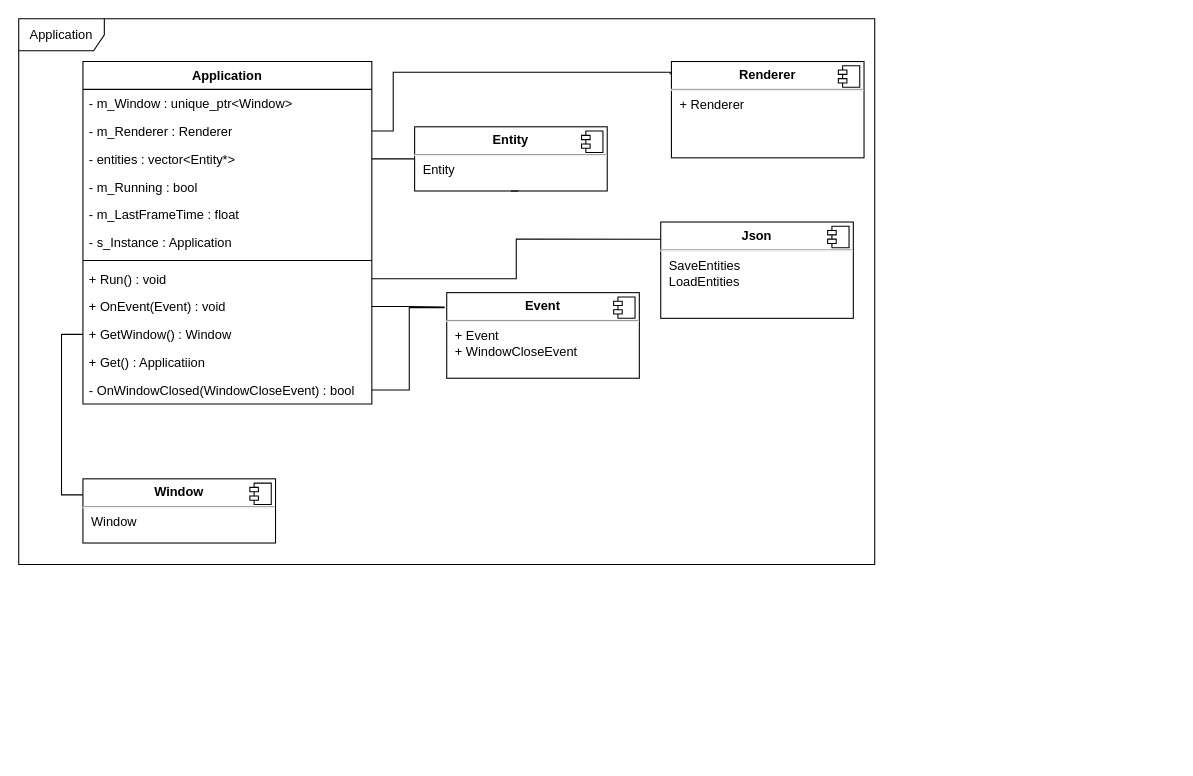
Before: page "Application" (4 of 14) of UMLDiagram.drawio in hazN/ECS_Engine, a draw.io diagram. Source tidied: cells renumbered, new cells numbered last; positions are measured from the earlier drawing's top-left corner, leaving out a move shared by most shapes. Both pictures are drawn from the tidied source at 107%, with x=0, y=0 at pixel (18, 18).
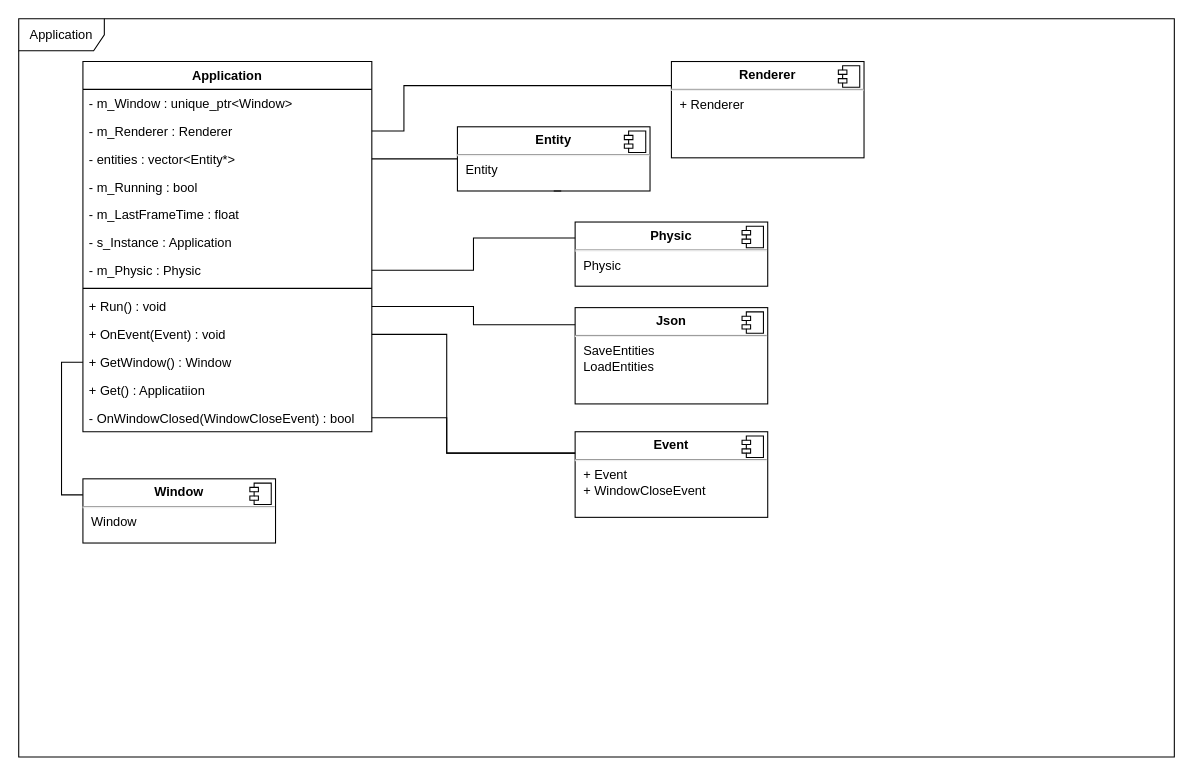
The same page after the edit.

Commit message:
Update UMLDiagram.drawio : application add physic

The change refers to these unchanged cells:
```xml
<mxCell id="5" value="- m_Renderer : Renderer" style="text;strokeColor=none;fillColor=none;align=left;verticalAlign=top;spacingLeft=4;spacingRight=4;overflow=hidden;points=[[0,0.5],[1,0.5]];portConstraint=eastwest;" parent="3" vertex="1">
  <mxGeometry y="52" width="270" height="26" as="geometry" />
</mxCell>
<mxCell id="24" value="&lt;p style=&quot;margin:0px;margin-top:6px;text-align:center;&quot;&gt;&lt;b&gt;Renderer&lt;/b&gt;&lt;/p&gt;&lt;hr&gt;&lt;p style=&quot;margin:0px;margin-left:8px;&quot;&gt;+ Renderer&lt;/p&gt;" style="align=left;overflow=fill;html=1;" parent="1" vertex="1">
  <mxGeometry x="610" y="40" width="180" height="90" as="geometry" />
</mxCell>
```

What changed in the source:
```diff
@@
     <mxCell id="2" value="Application" style="shape=umlFrame;whiteSpace=wrap;html=1;width=80;height=30;" parent="1" vertex="1">
-      <mxGeometry width="800" height="510" as="geometry" />
+      <mxGeometry width="1080" height="690" as="geometry" />
     </mxCell>
     <mxCell id="3" value="Application" style="swimlane;fontStyle=1;align=center;verticalAlign=top;horizontal=1;startSize=26;" parent="1" vertex="1">
-      <mxGeometry x="60" y="40" width="270" height="320" as="geometry" />
+      <mxGeometry x="60" y="40" width="270" height="346" as="geometry" />
     </mxCell>
@@
+    <mxCell id="33" value="- m_Physic : Physic" style="text;strokeColor=none;fillColor=none;align=left;verticalAlign=top;spacingLeft=4;spacingRight=4;overflow=hidden;points=[[0,0.5],[1,0.5]];portConstraint=eastwest;" parent="3" vertex="1">
+      <mxGeometry y="182" width="270" height="26" as="geometry" />
+    </mxCell>
     <mxCell id="10" style="line;strokeWidth=1;fillColor=none;align=left;verticalAlign=middle;spacingTop=-1;spacingLeft=3;spacingRight=3;labelPosition=right;strokeColor=inherit;" parent="3" vertex="1">
-      <mxGeometry y="182" width="270" height="8" as="geometry" />
+      <mxGeometry y="208" width="270" height="8" as="geometry" />
     </mxCell>
     <mxCell id="11" value="+ Run() : void" style="text;strokeColor=none;fillColor=none;align=left;verticalAlign=top;spacingLeft=4;spacingRight=4;overflow=hidden;points=[[0,0.5],[1,0.5]];portConstraint=eastwest;" parent="3" vertex="1">
-      <mxGeometry y="190" width="270" height="26" as="geometry" />
+      <mxGeometry y="216" width="270" height="26" as="geometry" />
     </mxCell>
     <mxCell id="12" value="+ OnEvent(Event) : void" style="text;strokeColor=none;fillColor=none;align=left;verticalAlign=top;spacingLeft=4;spacingRight=4;overflow=hidden;points=[[0,0.5],[1,0.5]];portConstraint=eastwest;" parent="3" vertex="1">
-      <mxGeometry y="216" width="270" height="26" as="geometry" />
+      <mxGeometry y="242" width="270" height="26" as="geometry" />
     </mxCell>
     <mxCell id="13" value="+ GetWindow() : Window" style="text;strokeColor=none;fillColor=none;align=left;verticalAlign=top;spacingLeft=4;spacingRight=4;overflow=hidden;points=[[0,0.5],[1,0.5]];portConstraint=eastwest;" parent="3" vertex="1">
-      <mxGeometry y="242" width="270" height="26" as="geometry" />
+      <mxGeometry y="268" width="270" height="26" as="geometry" />
     </mxCell>
     <mxCell id="14" value="+ Get() : Applicatiion" style="text;strokeColor=none;fillColor=none;align=left;verticalAlign=top;spacingLeft=4;spacingRight=4;overflow=hidden;" parent="3" vertex="1">
-      <mxGeometry y="268" width="270" height="26" as="geometry" />
+      <mxGeometry y="294" width="270" height="26" as="geometry" />
     </mxCell>
     <mxCell id="15" value="- OnWindowClosed(WindowCloseEvent) : bool" style="text;strokeColor=none;fillColor=none;align=left;verticalAlign=top;spacingLeft=4;spacingRight=4;overflow=hidden;points=[[0,0.5],[1,0.5]];portConstraint=eastwest;" parent="3" vertex="1">
-      <mxGeometry y="294" width="270" height="26" as="geometry" />
+      <mxGeometry y="320" width="270" height="26" as="geometry" />
     </mxCell>
     <mxCell id="16" value="&lt;p style=&quot;margin:0px;margin-top:6px;text-align:center;&quot;&gt;&lt;b&gt;Entity&lt;/b&gt;&lt;/p&gt;&lt;hr&gt;&lt;p style=&quot;margin:0px;margin-left:8px;&quot;&gt;Entity&lt;/p&gt;" style="align=left;overflow=fill;html=1;" parent="1" vertex="1">
-      <mxGeometry x="370" y="101" width="180" height="60" as="geometry" />
+      <mxGeometry x="410" y="101" width="180" height="60" as="geometry" />
     </mxCell>
@@
     <mxCell id="20" value="&lt;p style=&quot;margin:0px;margin-top:6px;text-align:center;&quot;&gt;&lt;b&gt;Event&lt;/b&gt;&lt;/p&gt;&lt;hr&gt;&lt;p style=&quot;margin:0px;margin-left:8px;&quot;&gt;+ Event&lt;br&gt;&lt;/p&gt;&lt;p style=&quot;margin:0px;margin-left:8px;&quot;&gt;+ WindowCloseEvent&lt;/p&gt;" style="align=left;overflow=fill;html=1;" parent="1" vertex="1">
-      <mxGeometry x="400" y="256" width="180" height="80" as="geometry" />
+      <mxGeometry x="520" y="386" width="180" height="80" as="geometry" />
     </mxCell>
@@
-    <mxCell id="22" style="edgeStyle=orthogonalEdgeStyle;rounded=0;jettySize=auto;html=1;exitX=1;exitY=0.5;exitDx=0;exitDy=0;entryX=-0.011;entryY=0.167;entryDx=0;entryDy=0;entryPerimeter=0;endArrow=none;endFill=0;" parent="1" edge="1" source="12" target="20">
-      <mxGeometry relative="1" as="geometry" />
+    <mxCell id="22" style="edgeStyle=orthogonalEdgeStyle;rounded=0;jettySize=auto;html=1;exitX=1;exitY=0.5;exitDx=0;exitDy=0;endArrow=none;endFill=0;entryX=0;entryY=0.25;entryDx=0;entryDy=0;" parent="1" edge="1" source="12" target="20">
+      <mxGeometry relative="1" as="geometry">
+        <Array as="points">
+          <mxPoint x="400" y="295" />
+          <mxPoint x="400" y="406" />
+        </Array>
+      </mxGeometry>
     </mxCell>
-    <mxCell id="23" style="edgeStyle=orthogonalEdgeStyle;rounded=0;jettySize=auto;html=1;exitX=1;exitY=0.5;exitDx=0;exitDy=0;entryX=-0.011;entryY=0.175;entryDx=0;entryDy=0;entryPerimeter=0;endArrow=none;endFill=0;" parent="1" edge="1" source="15" target="20">
-      <mxGeometry relative="1" as="geometry" />
+    <mxCell id="23" style="edgeStyle=orthogonalEdgeStyle;rounded=0;jettySize=auto;html=1;exitX=1;exitY=0.5;exitDx=0;exitDy=0;endArrow=none;endFill=0;entryX=0;entryY=0.25;entryDx=0;entryDy=0;" parent="1" edge="1" source="15" target="20">
+      <mxGeometry relative="1" as="geometry">
+        <Array as="points">
+          <mxPoint x="400" y="373" />
+          <mxPoint x="400" y="406" />
+        </Array>
+      </mxGeometry>
     </mxCell>
@@
-    <mxCell id="26" style="edgeStyle=orthogonalEdgeStyle;rounded=0;jettySize=auto;html=1;exitX=1;exitY=0.5;exitDx=0;exitDy=0;entryX=-0.006;entryY=0.133;entryDx=0;entryDy=0;entryPerimeter=0;endArrow=none;endFill=0;" parent="1" edge="1" source="5" target="24">
+    <mxCell id="26" style="edgeStyle=orthogonalEdgeStyle;rounded=0;jettySize=auto;html=1;exitX=1;exitY=0.5;exitDx=0;exitDy=0;endArrow=none;endFill=0;entryX=0;entryY=0.25;entryDx=0;entryDy=0;" parent="1" edge="1" source="5" target="24">
       <mxGeometry relative="1" as="geometry">
         <Array as="points">
-          <mxPoint x="350" y="105" />
-          <mxPoint x="350" y="50" />
-          <mxPoint x="609" y="50" />
+          <mxPoint x="360" y="105" />
+          <mxPoint x="360" y="63" />
         </Array>
       </mxGeometry>
     </mxCell>
@@
     <mxCell id="30" value="&lt;p style=&quot;margin:0px;margin-top:6px;text-align:center;&quot;&gt;&lt;b&gt;Json&lt;/b&gt;&lt;/p&gt;&lt;hr&gt;&lt;p style=&quot;margin:0px;margin-left:8px;&quot;&gt;SaveEntities&lt;br&gt;LoadEntities&lt;/p&gt;" style="align=left;overflow=fill;html=1;" parent="1" vertex="1">
-      <mxGeometry x="600" y="190" width="180" height="90" as="geometry" />
+      <mxGeometry x="520" y="270" width="180" height="90" as="geometry" />
     </mxCell>
@@
+    <mxCell id="34" value="&lt;p style=&quot;margin:0px;margin-top:6px;text-align:center;&quot;&gt;&lt;b&gt;Physic&lt;/b&gt;&lt;/p&gt;&lt;hr&gt;&lt;p style=&quot;margin:0px;margin-left:8px;&quot;&gt;Physic&lt;/p&gt;" style="align=left;overflow=fill;html=1;" parent="1" vertex="1">
+      <mxGeometry x="520" y="190" width="180" height="60" as="geometry" />
+    </mxCell>
+    <mxCell id="35" style="shape=component;jettyWidth=8;jettyHeight=4;" parent="34" vertex="1">
+      <mxGeometry x="1" width="20" height="20" relative="1" as="geometry">
+        <mxPoint x="-24" y="4" as="offset" />
+      </mxGeometry>
+    </mxCell>
+    <mxCell id="36" style="edgeStyle=orthogonalEdgeStyle;rounded=0;jettySize=auto;html=1;exitX=1;exitY=0.5;exitDx=0;exitDy=0;entryX=0;entryY=0.25;entryDx=0;entryDy=0;endArrow=none;endFill=0;" parent="1" edge="1" source="33" target="34">
+      <mxGeometry relative="1" as="geometry" />
+    </mxCell>
```
